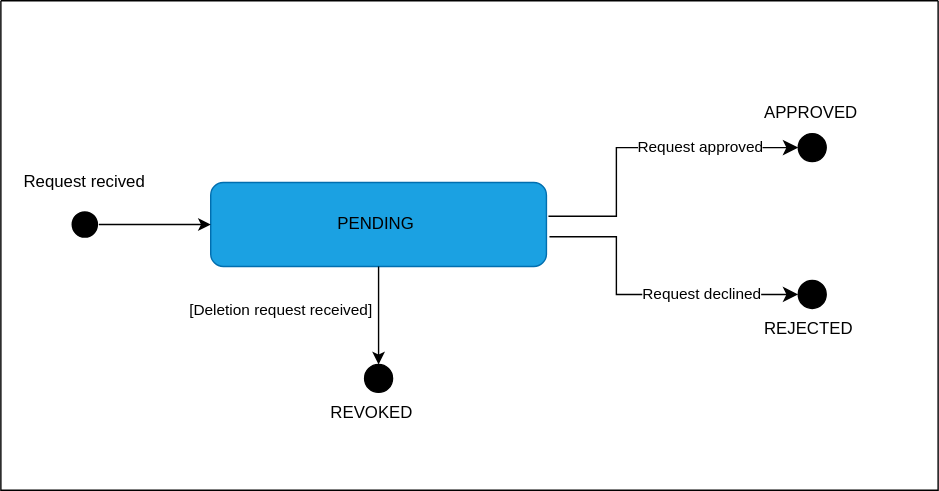
The draw.io diagram doc/Manuals/img/ug-cs_state_diagram_for_registration_requests.svg in nordic-institute/X-Road, before a commit. Source tidied: cells renumbered, new cells last; positions are measured from the earlier drawing's top-left corner, leaving out a move shared by most shapes.
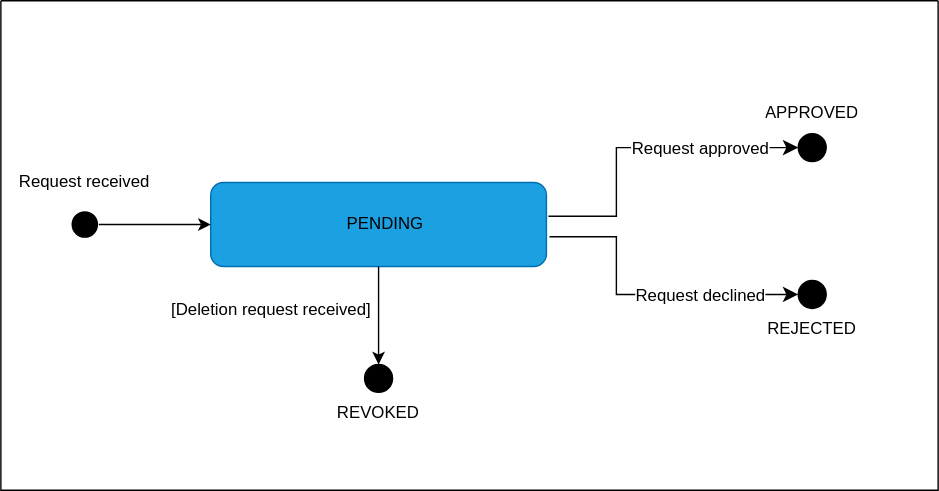
Later version of the same file.

Diff of the diagram source:
```diff
@@ -8,7 +8,7 @@
     <mxCell id="3" style="ellipse;whiteSpace=wrap;html=1;strokeColor=#ffffff;fillColor=#000000;" parent="2" vertex="1">
       <mxGeometry x="50" y="150" width="20" height="20" as="geometry" />
     </mxCell>
-    <mxCell id="4" value="Request recived" style="text;html=1;strokeColor=none;fillColor=none;align=center;verticalAlign=middle;whiteSpace=wrap;rounded=0;" parent="2" vertex="1">
+    <mxCell id="4" value="Request received" style="text;html=1;strokeColor=none;fillColor=none;align=center;verticalAlign=middle;whiteSpace=wrap;rounded=0;" parent="2" vertex="1">
       <mxGeometry x="10" y="115" width="100" height="30" as="geometry" />
     </mxCell>
     <mxCell id="5" style="rounded=1;whiteSpace=wrap;html=1;fillColor=#1ba1e2;fontColor=#ffffff;strokeColor=#006EAF;" parent="2" vertex="1">
@@ -17,15 +17,15 @@
     <mxCell id="6" style="endArrow=classic;html=1;rounded=0;exitX=1;exitY=0.5;exitDx=0;exitDy=0;" parent="2" edge="1" source="3" target="5">
       <mxGeometry relative="1" as="geometry" />
     </mxCell>
-    <mxCell id="7" value="PENDING" style="text;strokeColor=none;fillColor=none;align=left;verticalAlign=middle;spacingLeft=4;spacingRight=4;overflow=hidden;whiteSpace=wrap;html=1;" parent="2" vertex="1">
+    <mxCell id="7" value="PENDING" style="text;strokeColor=none;fillColor=none;align=center;verticalAlign=middle;spacingLeft=4;spacingRight=4;overflow=hidden;whiteSpace=wrap;html=1;" parent="2" vertex="1">
       <mxGeometry x="235" y="145" width="80" height="30" as="geometry" />
     </mxCell>
     <mxCell id="8" style="endArrow=classic;html=1;rounded=0;entryX=0.5;entryY=0;entryDx=0;entryDy=0;" parent="2" edge="1" source="5" target="16">
       <mxGeometry relative="1" as="geometry" />
     </mxCell>
-    <mxCell id="9" value="[Deletion request received]" style="edgeLabel;html=1;align=center;verticalAlign=middle;" parent="8" vertex="1">
+    <mxCell id="9" value="&lt;font style=&quot;font-size: 12px;&quot;&gt;[Deletion request received]&lt;/font&gt;" style="edgeLabel;html=1;align=center;verticalAlign=middle;" parent="8" vertex="1">
       <mxGeometry relative="1" as="geometry">
-        <mxPoint x="-70" y="-5" as="offset" />
+        <mxPoint x="-78" y="-5" as="offset" />
       </mxGeometry>
     </mxCell>
     <mxCell id="10" style="edgeStyle=elbowEdgeStyle;elbow=horizontal;endArrow=classic;html=1;curved=0;rounded=0;endSize=8;startSize=8;entryX=0;entryY=0.5;entryDx=0;entryDy=0;exitX=1.006;exitY=0.401;exitDx=0;exitDy=0;exitPerimeter=0;" parent="2" edge="1" source="5" target="14">
@@ -35,7 +35,7 @@
         </Array>
       </mxGeometry>
     </mxCell>
-    <mxCell id="11" value="Request approved" style="edgeLabel;html=1;align=center;verticalAlign=middle;" parent="10" vertex="1">
+    <mxCell id="11" value="&lt;font style=&quot;font-size: 12px;&quot;&gt;Request approved&lt;/font&gt;" style="edgeLabel;html=1;align=center;verticalAlign=middle;" parent="10" vertex="1">
       <mxGeometry x="0.38" y="-2" relative="1" as="geometry">
         <mxPoint y="-2" as="offset" />
       </mxGeometry>
@@ -48,7 +48,7 @@
         </Array>
       </mxGeometry>
     </mxCell>
-    <mxCell id="13" value="Request declined" style="edgeLabel;html=1;align=center;verticalAlign=middle;" parent="12" vertex="1">
+    <mxCell id="13" value="&lt;font style=&quot;font-size: 12px;&quot;&gt;Request declined&lt;/font&gt;" style="edgeLabel;html=1;align=center;verticalAlign=middle;" parent="12" vertex="1">
       <mxGeometry x="0.26" y="1" relative="1" as="geometry">
         <mxPoint x="11" y="1" as="offset" />
       </mxGeometry>
@@ -62,13 +62,13 @@
     <mxCell id="16" style="ellipse;whiteSpace=wrap;html=1;fillColor=#000000;" parent="2" vertex="1">
       <mxGeometry x="260" y="260" width="20" height="20" as="geometry" />
     </mxCell>
-    <mxCell id="17" value="APPROVED" style="text;strokeColor=none;fillColor=none;align=left;verticalAlign=middle;spacingLeft=4;spacingRight=4;overflow=hidden;whiteSpace=wrap;html=1;" parent="2" vertex="1">
+    <mxCell id="17" value="APPROVED" style="text;strokeColor=none;fillColor=none;align=center;verticalAlign=middle;spacingLeft=4;spacingRight=4;overflow=hidden;whiteSpace=wrap;html=1;" parent="2" vertex="1">
       <mxGeometry x="540" y="65" width="80" height="30" as="geometry" />
     </mxCell>
-    <mxCell id="18" value="REJECTED" style="text;strokeColor=none;fillColor=none;align=left;verticalAlign=middle;spacingLeft=4;spacingRight=4;overflow=hidden;whiteSpace=wrap;html=1;" parent="2" vertex="1">
+    <mxCell id="18" value="REJECTED" style="text;strokeColor=none;fillColor=none;align=center;verticalAlign=middle;spacingLeft=4;spacingRight=4;overflow=hidden;whiteSpace=wrap;html=1;" parent="2" vertex="1">
       <mxGeometry x="540" y="220" width="80" height="30" as="geometry" />
     </mxCell>
-    <mxCell id="19" value="REVOKED" style="text;strokeColor=none;fillColor=none;align=left;verticalAlign=middle;spacingLeft=4;spacingRight=4;overflow=hidden;whiteSpace=wrap;html=1;" parent="2" vertex="1">
+    <mxCell id="19" value="REVOKED" style="text;strokeColor=none;fillColor=none;align=center;verticalAlign=middle;spacingLeft=4;spacingRight=4;overflow=hidden;whiteSpace=wrap;html=1;" parent="2" vertex="1">
       <mxGeometry x="230" y="280" width="80" height="30" as="geometry" />
     </mxCell>
   </root>
```
